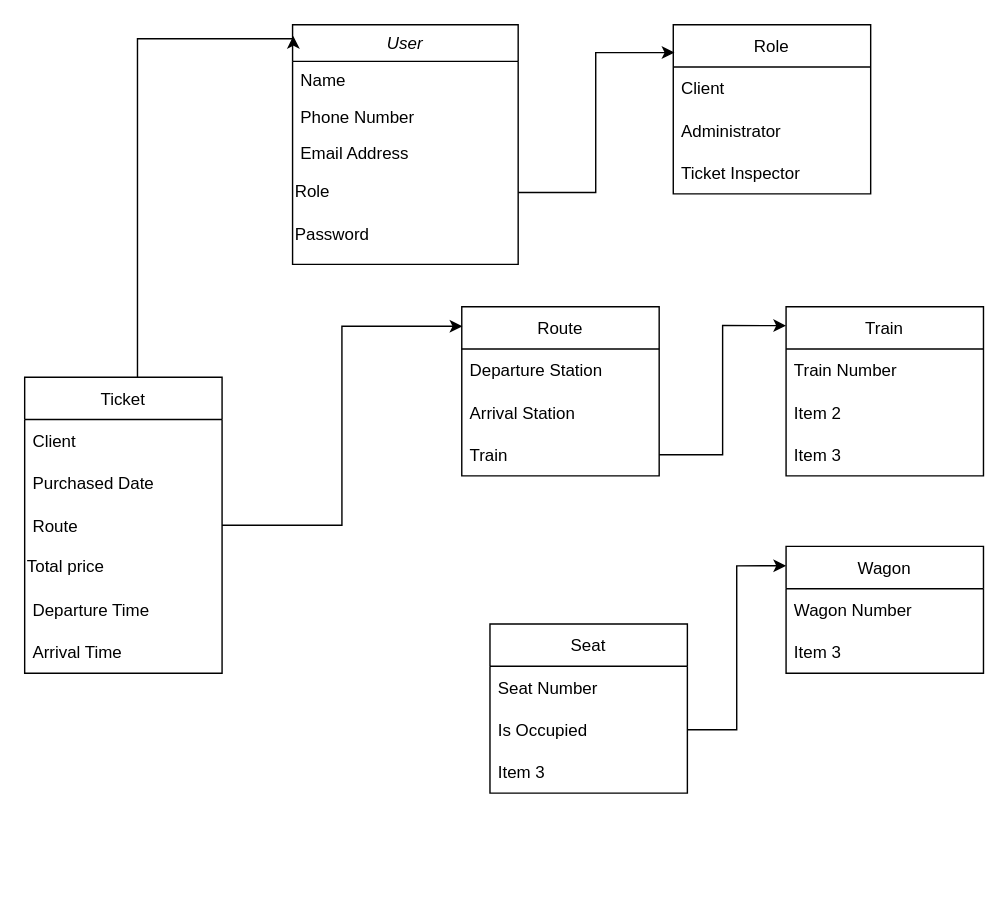
The draw.io diagram Untitled Diagram.drawio in rareseanu/Inginerie-Software, before the edit. Source tidied: cells renumbered, new cells numbered last; positions are measured from the earlier drawing's top-left corner, leaving out a move shared by most shapes. Both pictures are drawn from the tidied source at 141%, with x=0, y=0 at pixel (24, 24).
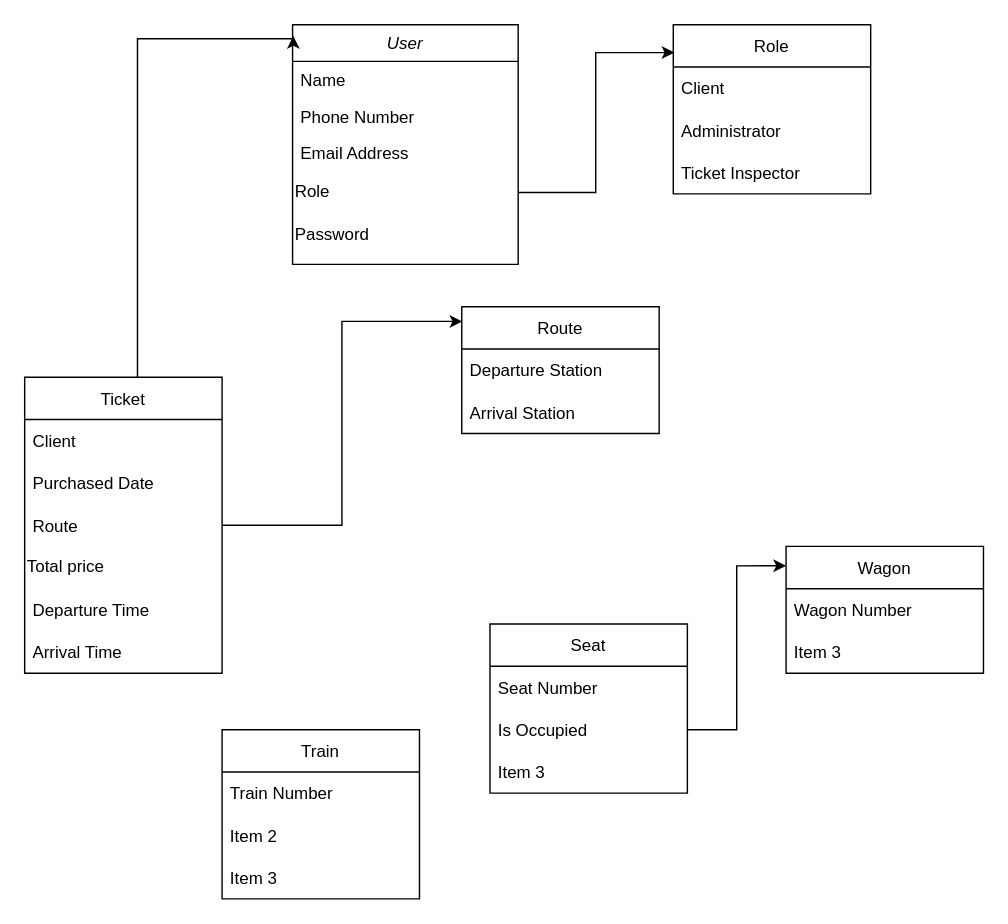
The same diagram, later.

Change to the diagram source:
```diff
@@
     <mxCell id="21" value="Route" style="swimlane;fontStyle=0;horizontal=1;startSize=30;align=center;" parent="1" vertex="1">
-      <mxGeometry x="310" y="200" width="140" height="120" as="geometry" />
+      <mxGeometry x="310" y="200" width="140" height="90" as="geometry" />
     </mxCell>
@@
-    <mxCell id="24" value="Train" style="text;strokeColor=none;fillColor=none;align=left;verticalAlign=middle;spacingLeft=4;spacingRight=4;overflow=hidden;points=[[0,0.5],[1,0.5]];portConstraint=eastwest;" parent="21" vertex="1">
-      <mxGeometry y="90" width="140" height="30" as="geometry" />
-    </mxCell>
@@
     <mxCell id="26" value="Train" style="swimlane;fontStyle=0;horizontal=1;startSize=30;align=center;" parent="1" vertex="1">
-      <mxGeometry x="540" y="200" width="140" height="120" as="geometry" />
+      <mxGeometry x="140" y="500" width="140" height="120" as="geometry" />
     </mxCell>
@@
-    <mxCell id="30" style="edgeStyle=orthogonalEdgeStyle;rounded=0;jettySize=auto;html=1;entryX=0;entryY=0.112;entryDx=0;entryDy=0;entryPerimeter=0;" parent="1" edge="1" source="24" target="26">
-      <mxGeometry relative="1" as="geometry" />
-    </mxCell>
```
